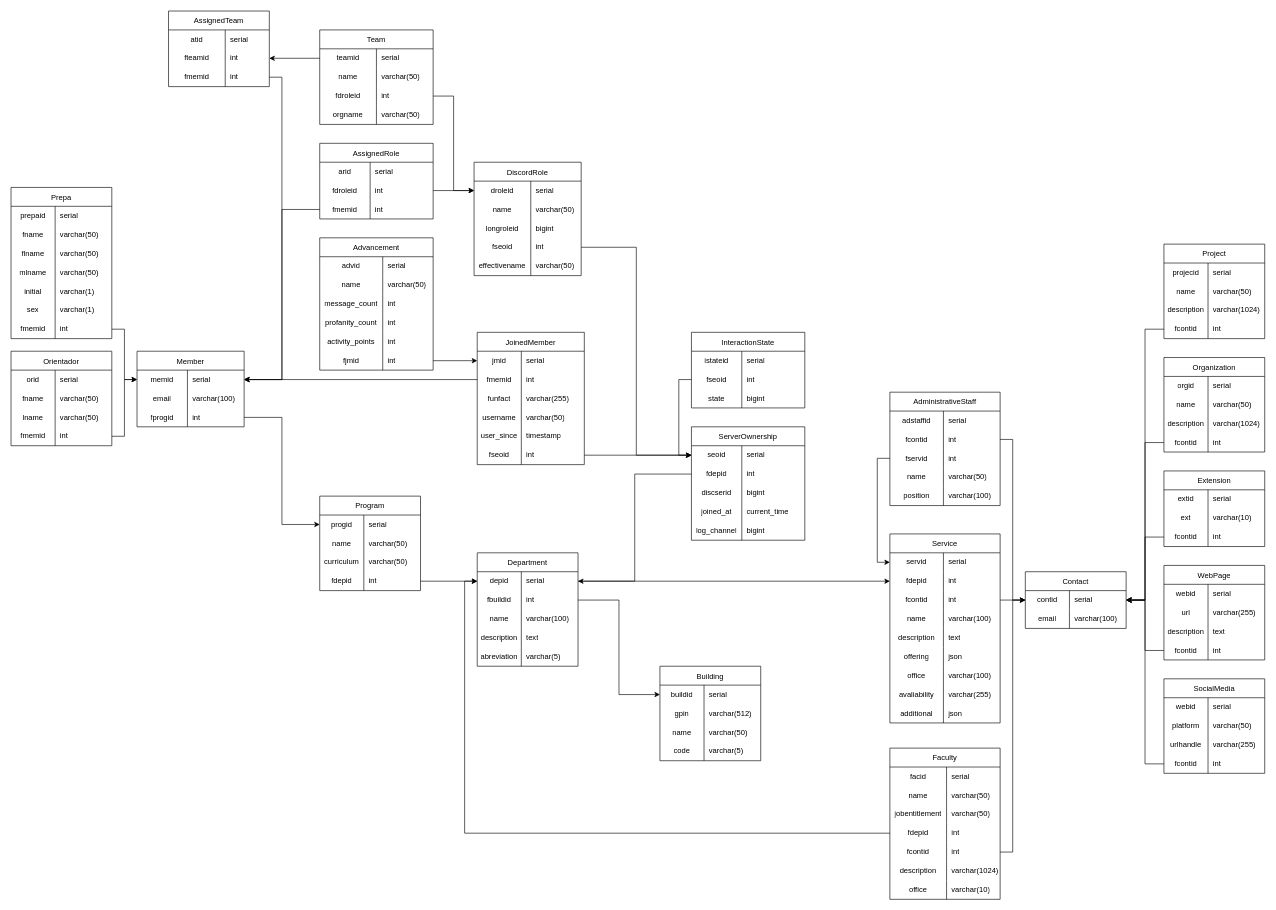
AlfredoSoto1/BotOrientador keeps this draw.io diagram as assets/schema/DatabaseSchema.drawio. Above is the earlier version. Source tidied: cells renumbered, new cells numbered last; positions are measured from the earlier drawing's top-left corner, leaving out a move shared by most shapes. Both pictures are drawn from the tidied source at 63%, with x=0, y=0 at pixel (11, 11).
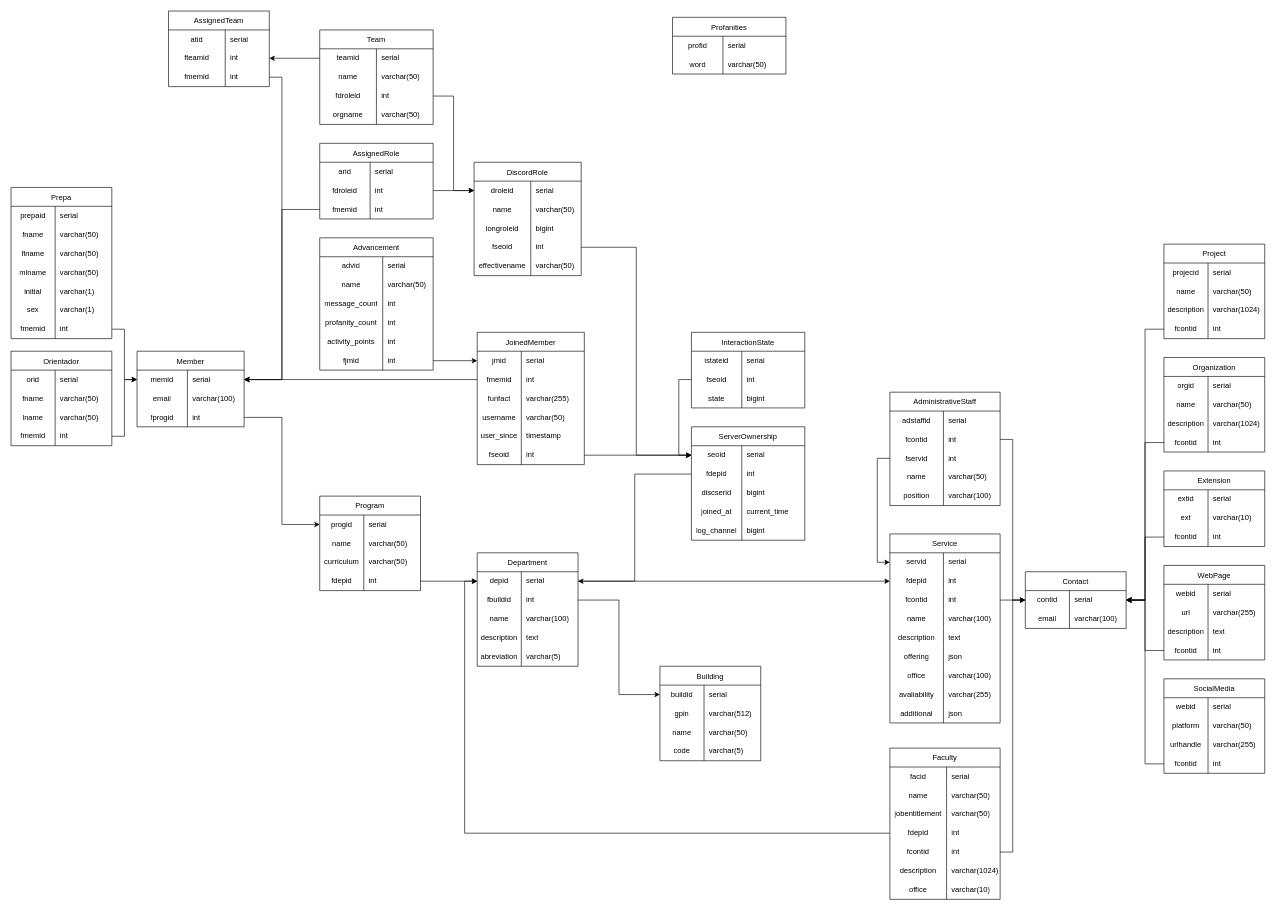
The same diagram, later.

Diff of the diagram source:
```diff
@@
+    <mxCell id="365" value="Profanities" style="shape=table;startSize=30;childLayout=tableLayout;rowLines=0;fontStyle=0;strokeColor=default;fontSize=12;" parent="1" vertex="1">
+      <mxGeometry x="1050" y="10" width="180" height="90" as="geometry" />
+    </mxCell>
+    <mxCell id="366" style="shape=tableRow;horizontal=0;startSize=0;swimlaneHead=0;swimlaneBody=0;top=0;left=0;bottom=0;right=0;fillColor=none;strokeColor=inherit;fontSize=12;" parent="365" vertex="1">
+      <mxGeometry y="30" width="180" height="30" as="geometry" />
+    </mxCell>
+    <mxCell id="367" value="profid" style="shape=partialRectangle;html=1;whiteSpace=wrap;fillColor=none;top=0;left=0;bottom=0;right=0;overflow=hidden;strokeColor=inherit;fontSize=12;spacing=2;" parent="366" vertex="1">
+      <mxGeometry width="80" height="30" as="geometry" />
+    </mxCell>
+    <mxCell id="368" value="serial" style="shape=partialRectangle;html=1;whiteSpace=wrap;fillColor=none;top=0;left=0;bottom=0;right=0;align=left;spacingLeft=6;overflow=hidden;strokeColor=inherit;fontSize=12;" parent="366" vertex="1">
+      <mxGeometry x="80" width="100" height="30" as="geometry" />
+    </mxCell>
+    <mxCell id="369" style="shape=tableRow;horizontal=0;startSize=0;swimlaneHead=0;swimlaneBody=0;top=0;left=0;bottom=0;right=0;fillColor=none;strokeColor=inherit;fontSize=12;" parent="365" vertex="1">
+      <mxGeometry y="60" width="180" height="30" as="geometry" />
+    </mxCell>
+    <mxCell id="370" value="word" style="shape=partialRectangle;html=1;whiteSpace=wrap;fillColor=none;top=0;left=0;bottom=0;right=0;overflow=hidden;strokeColor=inherit;fontSize=12;spacing=2;" parent="369" vertex="1">
+      <mxGeometry width="80" height="30" as="geometry" />
+    </mxCell>
+    <mxCell id="371" value="&lt;span style=&quot;text-align: center;&quot;&gt;varchar(50)&lt;/span&gt;" style="shape=partialRectangle;html=1;whiteSpace=wrap;fillColor=none;top=0;left=0;bottom=0;right=0;align=left;spacingLeft=6;overflow=hidden;strokeColor=inherit;fontSize=12;" parent="369" vertex="1">
+      <mxGeometry x="80" width="100" height="30" as="geometry" />
+    </mxCell>
```
